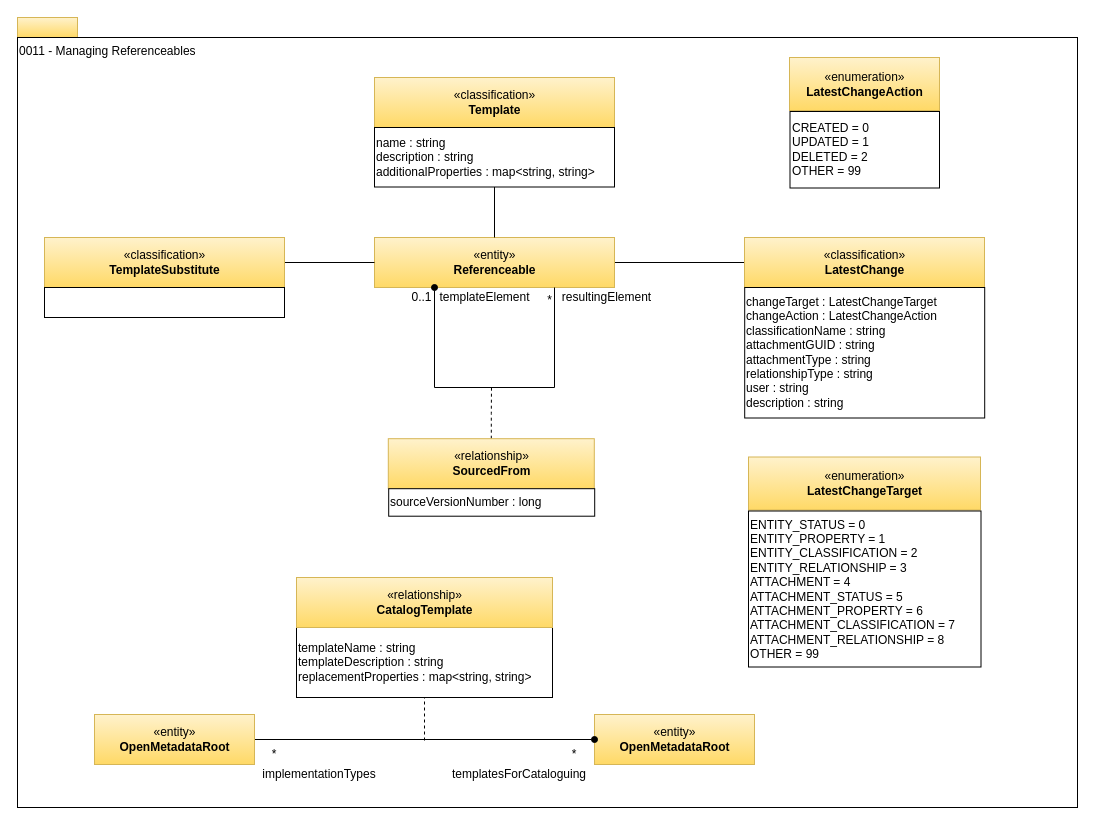
Earlier version of the draw.io diagram page "0011-Managing-Referenceables" (4 of 32) of site/docs/types/0/area-0-basic-types-and-infrastructure.drawio (odpi/egeria-docs). Source tidied: cells renumbered, new cells numbered last; positions are measured from the earlier drawing's top-left corner, leaving out a move shared by most shapes. Both pictures are drawn from the tidied source at 100%, with x=0, y=0 at pixel (17, 17).
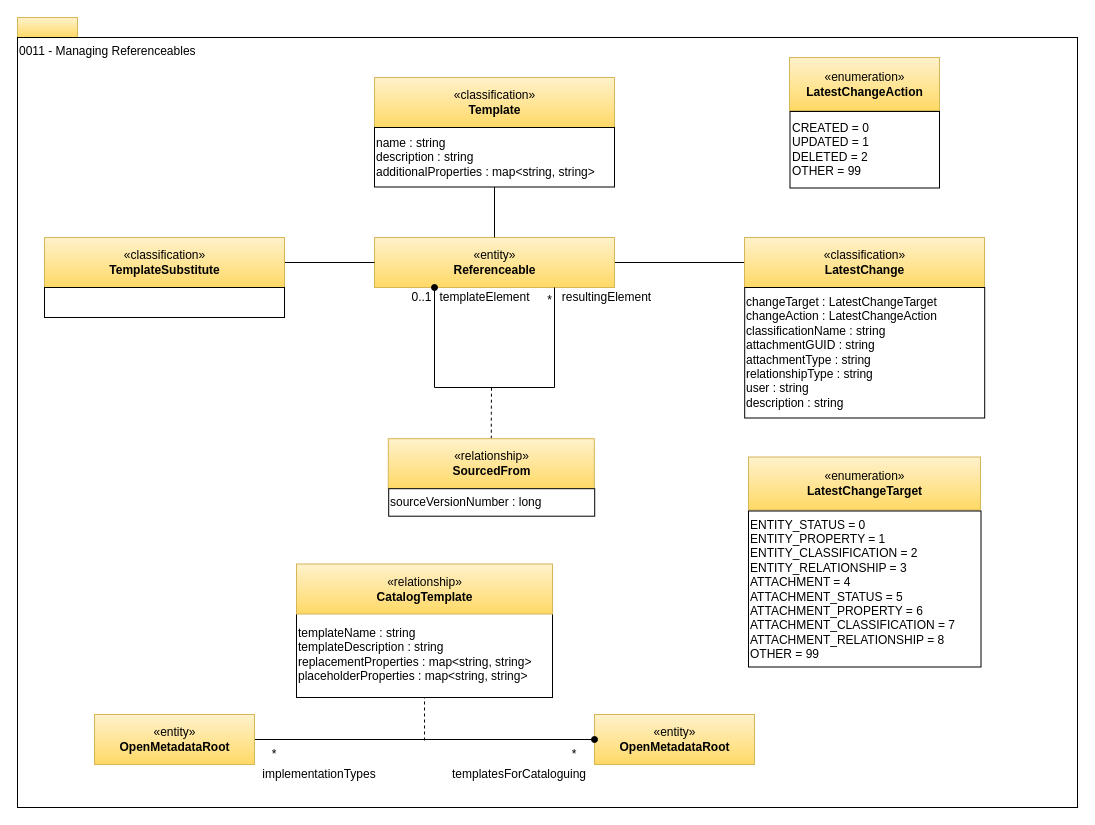
The same diagram, later.

The edit, as a diff of the source:
```diff
@@
-    <mxCell id="33" value="templateName : string&lt;br&gt;templateDescription : string&lt;br&gt;replacementProperties : map&amp;lt;string, string&amp;gt;" style="rounded=0;whiteSpace=wrap;html=1;strokeColor=#000000;gradientColor=#ffffff;align=left;" parent="1" vertex="1">
-      <mxGeometry x="279" y="610" width="256" height="70" as="geometry" />
+    <mxCell id="33" value="templateName : string&lt;br&gt;templateDescription : string&lt;br&gt;replacementProperties : map&amp;lt;string, string&amp;gt;&lt;br&gt;placeholderProperties : map&amp;lt;string, string&amp;gt;" style="rounded=0;whiteSpace=wrap;html=1;strokeColor=#000000;gradientColor=#ffffff;align=left;" parent="1" vertex="1">
+      <mxGeometry x="279" y="593" width="256" height="87" as="geometry" />
     </mxCell>
     <mxCell id="34" value="«relationship»&lt;br&gt;&lt;b&gt;CatalogTemplate&lt;/b&gt;" style="html=1;strokeColor=#d6b656;align=center;fillColor=#fff2cc;gradientColor=#ffd966;" parent="1" vertex="1">
-      <mxGeometry x="279" y="560" width="256" height="50" as="geometry" />
+      <mxGeometry x="279" y="546.5" width="256" height="50" as="geometry" />
     </mxCell>
```
